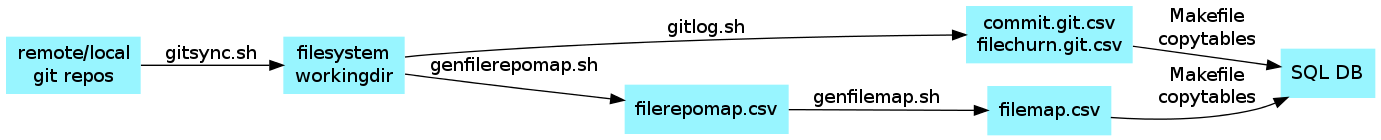
Above: doc/diagram.png in edwintorok/XSCodeChurn (Graphviz), before the change. Its source is kept beside it as doc/diagram.dot.
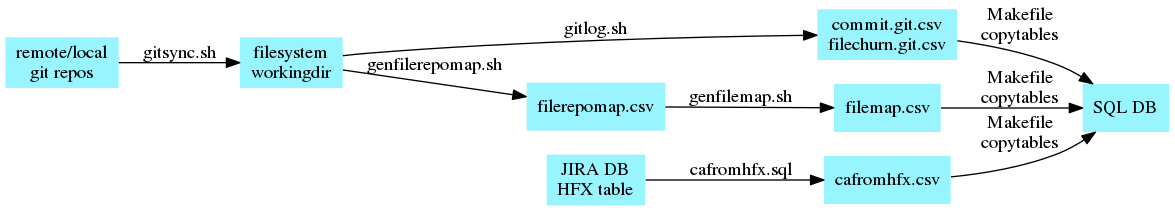
Above is the later version.

Commit message:
Modified workflow diagram

The edit, as a diff of the source:
```diff
@@ -6,12 +6,18 @@
 data03 [label="commit.git.csv\nfilechurn.git.csv"];
 data04 [label="filerepomap.csv"];
 data05 [label="filemap.csv"];
+data07 [label="JIRA DB\nHFX table"];
+data08 [label="cafromhfx.csv"];
+
 data06 [label="SQL DB"];
 data01 -> data02 [label="gitsync.sh"];
 data02 -> data03 [label="gitlog.sh"];
 data02 -> data04 [label="genfilerepomap.sh"];
 data04 -> data05 [label="genfilemap.sh"];
+data07 -> data08 [label="cafromhfx.sql"];
 data03 -> data06 [label="Makefile\ncopytables"];
 data05 -> data06 [label="Makefile\ncopytables"];
-{rank=same; data03 data05}
+data08 -> data06 [label="Makefile\ncopytables"];
+{rank=same; data03 data05 data08}
+{rank=same; data04 data07}
 }
```
